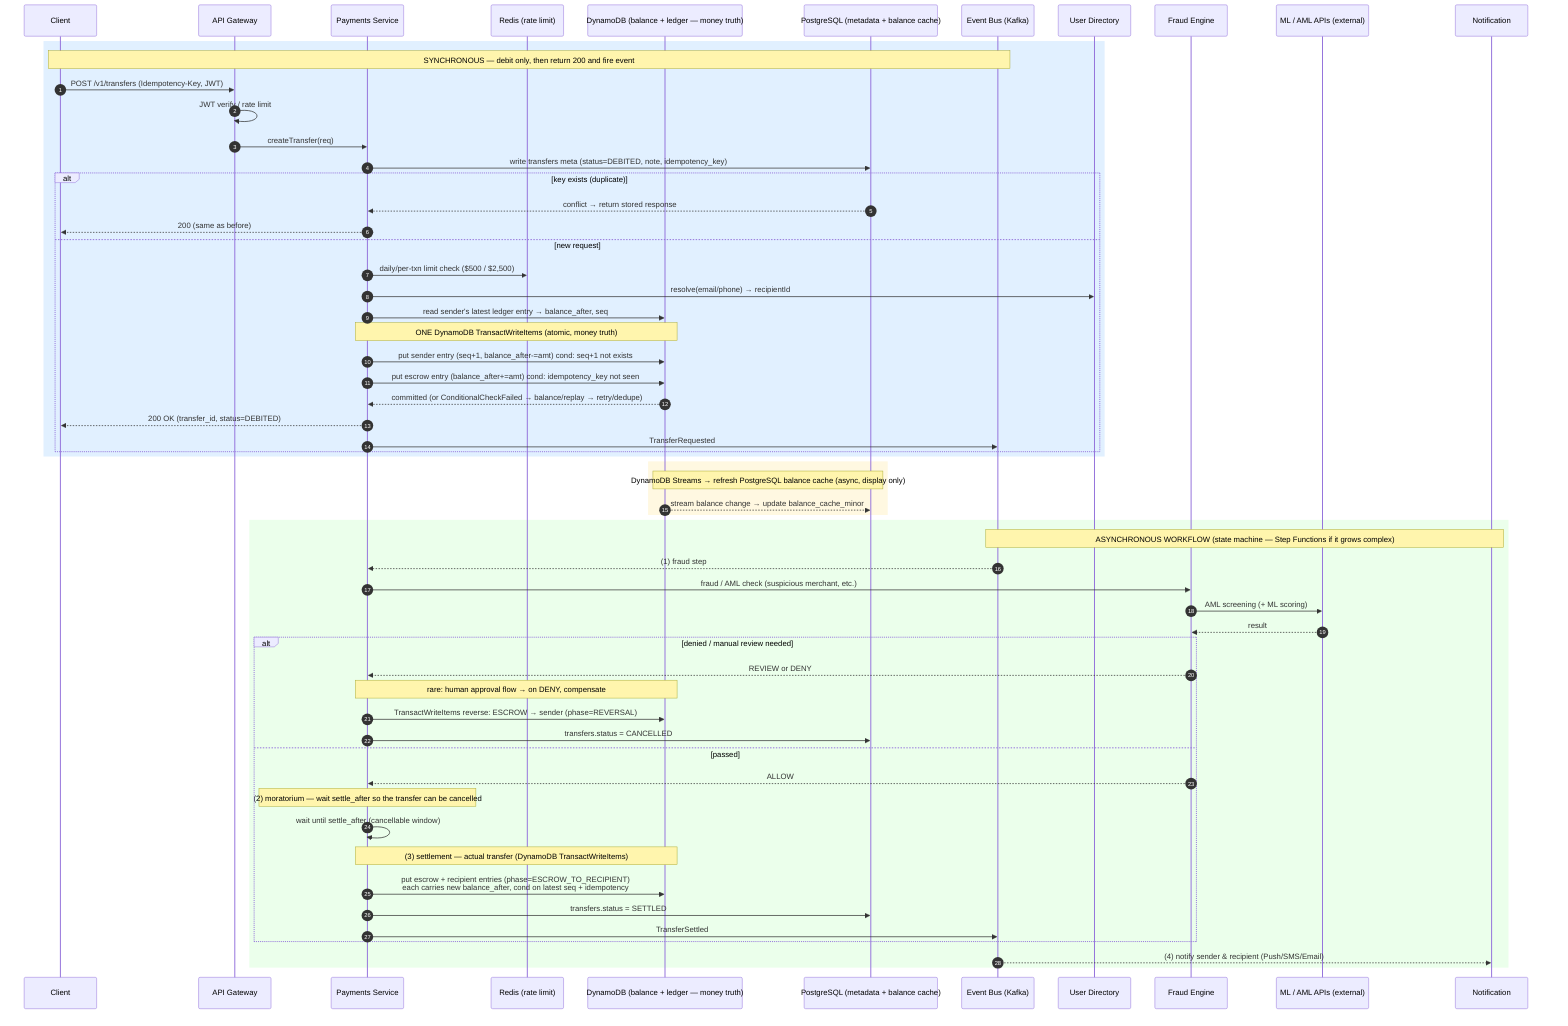
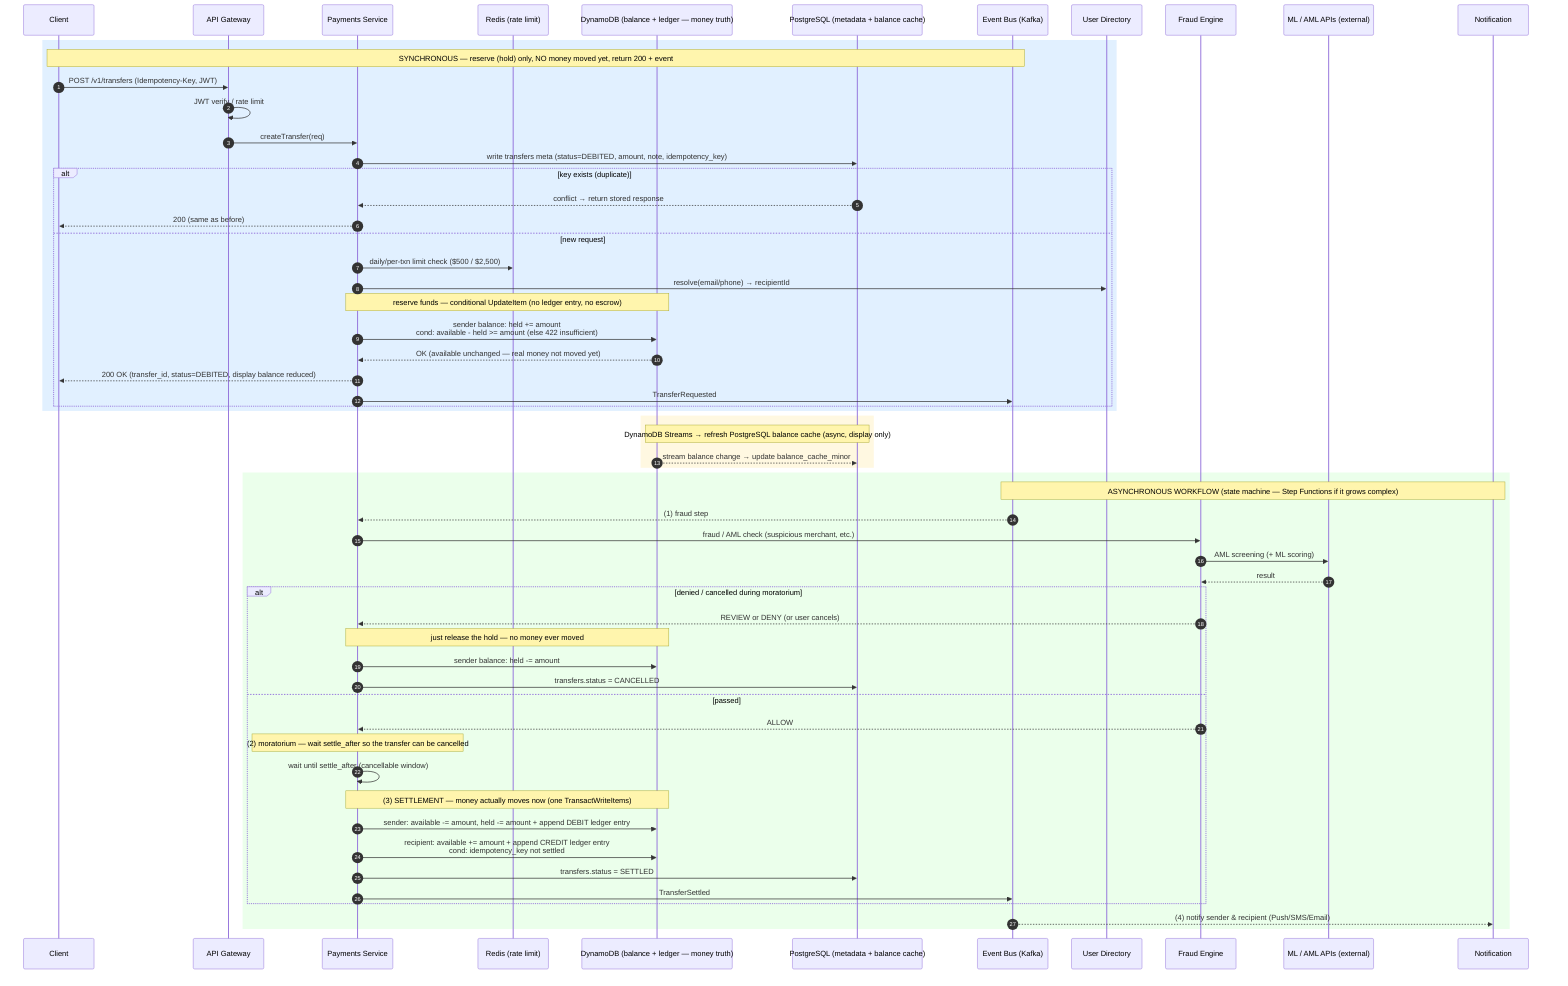
sequenceDiagram
    autonumber
    participant C as Client
    participant GW as API Gateway
    participant P as Payments Service
    participant R as Redis (rate limit)
    participant DDB as DynamoDB (balance + ledger — money truth)
    participant PG as PostgreSQL (metadata + balance cache)
    participant MQ as Event Bus (Kafka)
    participant U as User Directory
    participant F as Fraud Engine
    participant X as ML / AML APIs (external)
    participant N as Notification

    rect rgb(225, 240, 255)
-     Note over C,MQ: SYNCHRONOUS — debit only, then return 200 and fire event
+     Note over C,MQ: SYNCHRONOUS — reserve (hold) only, NO money moved yet, return 200 + event
    C->>GW: POST /v1/transfers (Idempotency-Key, JWT)
    GW->>GW: JWT verify / rate limit
    GW->>P: createTransfer(req)
-     P->>PG: write transfers meta (status=DEBITED, note, idempotency_key)
+     P->>PG: write transfers meta (status=DEBITED, amount, note, idempotency_key)
    alt key exists (duplicate)
        PG-->>P: conflict → return stored response
        P-->>C: 200 (same as before)
    else new request
        P->>R: daily/per-txn limit check ($500 / $2,500)
        P->>U: resolve(email/phone) → recipientId
-         P->>DDB: read sender's latest ledger entry → balance_after, seq
-         Note over P,DDB: ONE DynamoDB TransactWriteItems (atomic, money truth)
-         P->>DDB: put sender entry (seq+1, balance_after-=amt) cond: seq+1 not exists
-         P->>DDB: put escrow entry (balance_after+=amt) cond: idempotency_key not seen
-         DDB-->>P: committed (or ConditionalCheckFailed → balance/replay → retry/dedupe)
-         P-->>C: 200 OK (transfer_id, status=DEBITED)
+         Note over P,DDB: reserve funds — conditional UpdateItem (no ledger entry, no escrow)
+         P->>DDB: sender balance: held += amount<br/>cond: available - held >= amount (else 422 insufficient)
+         DDB-->>P: OK (available unchanged — real money not moved yet)
+         P-->>C: 200 OK (transfer_id, status=DEBITED, display balance reduced)
        P->>MQ: TransferRequested
    end
    end

    rect rgb(255, 248, 225)
    Note over DDB,PG: DynamoDB Streams → refresh PostgreSQL balance cache (async, display only)
    DDB-->>PG: stream balance change → update balance_cache_minor
    end

    rect rgb(235, 255, 235)
    Note over MQ,N: ASYNCHRONOUS WORKFLOW (state machine — Step Functions if it grows complex)
    MQ-->>P: (1) fraud step
    P->>F: fraud / AML check (suspicious merchant, etc.)
    F->>X: AML screening (+ ML scoring)
    X-->>F: result
-     alt denied / manual review needed
-         F-->>P: REVIEW or DENY
-         Note over P,DDB: rare: human approval flow → on DENY, compensate
-         P->>DDB: TransactWriteItems reverse: ESCROW → sender (phase=REVERSAL)
+     alt denied / cancelled during moratorium
+         F-->>P: REVIEW or DENY (or user cancels)
+         Note over P,DDB: just release the hold — no money ever moved
+         P->>DDB: sender balance: held -= amount
        P->>PG: transfers.status = CANCELLED
    else passed
        F-->>P: ALLOW
        Note over P: (2) moratorium — wait settle_after so the transfer can be cancelled
        P->>P: wait until settle_after (cancellable window)
-         Note over P,DDB: (3) settlement — actual transfer (DynamoDB TransactWriteItems)
-         P->>DDB: put escrow + recipient entries (phase=ESCROW_TO_RECIPIENT)<br/>each carries new balance_after, cond on latest seq + idempotency
+         Note over P,DDB: (3) SETTLEMENT — money actually moves now (one TransactWriteItems)
+         P->>DDB: sender: available -= amount, held -= amount + append DEBIT ledger entry
+         P->>DDB: recipient: available += amount + append CREDIT ledger entry<br/>cond: idempotency_key not settled
        P->>PG: transfers.status = SETTLED
        P->>MQ: TransferSettled
    end
    MQ-->>N: (4) notify sender & recipient (Push/SMS/Email)
    end
